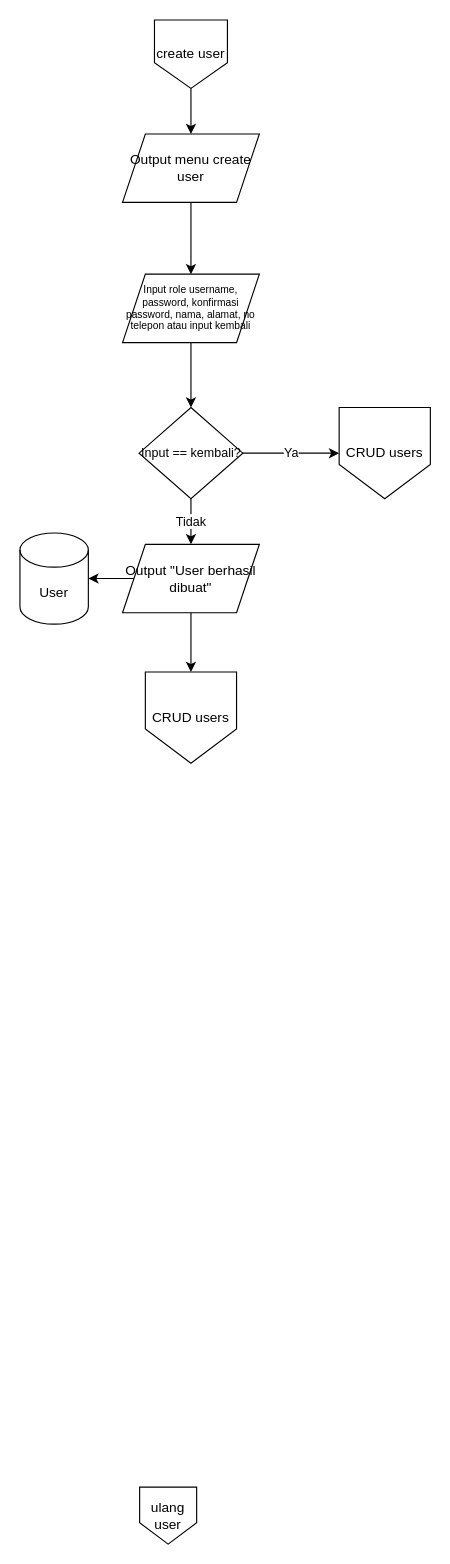
Above: page "create user" (6 of 27) of A2-Eh gimana kalau nama kelompok kita 'kelompok kelompok' aja-Flowchart.drawio.xml in Lynx-thelearner/sppsm (draw.io), before the change. Source tidied: cells renumbered, new cells numbered last; positions are measured from the earlier drawing's top-left corner, leaving out a move shared by most shapes. Both pictures are drawn from the tidied source at 114%, with x=0, y=0 at pixel (19, 19).
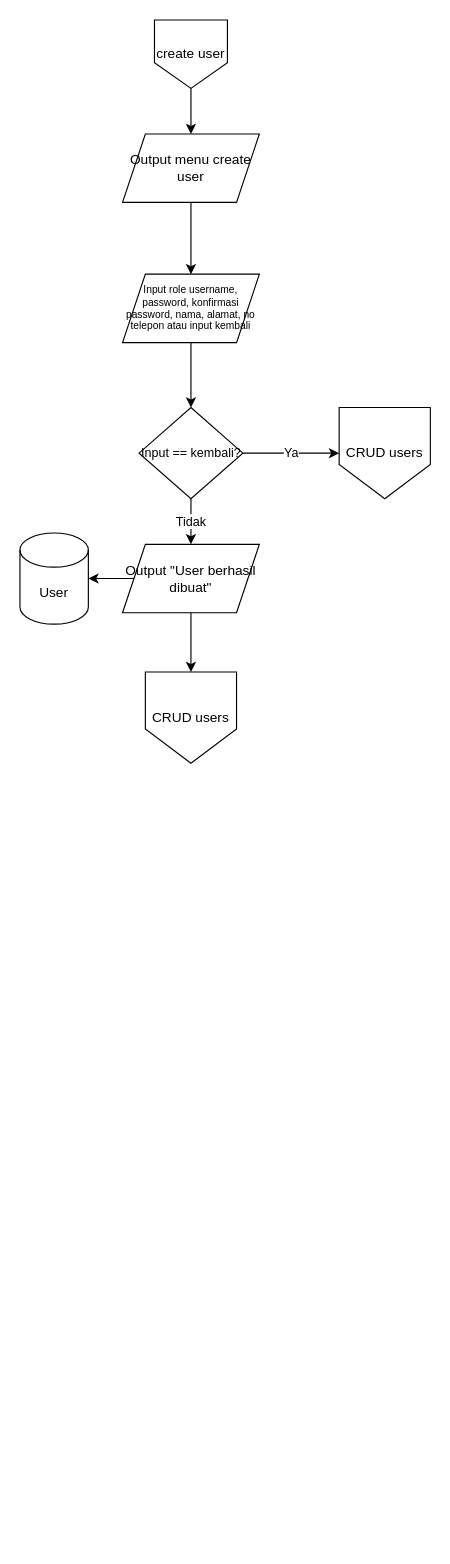
Above is the later version.

The edit, as a diff of the source:
```diff
@@
 <mxGraphModel>
   <root>
     <mxCell id="0" />
     <mxCell id="1" parent="0" />
     <mxCell id="2" style="edgeStyle=orthogonalEdgeStyle;rounded=0;jettySize=auto;html=1;entryX=0.5;entryY=0;entryDx=0;entryDy=0;defaultLabelBackgroundColor=page;labelPadding=0 4;" parent="1" edge="1" source="3" target="13">
       <mxGeometry relative="1" as="geometry" />
     </mxCell>
     <mxCell id="3" value="Input role username, password, konfirmasi password, nama, alamat, no telepon atau input kembali" style="shape=parallelogram;perimeter=parallelogramPerimeter;whiteSpace=wrap;html=1;shapeInside=1;fixedSize=1;autosizeText=1;fontSize=9;" parent="1" vertex="1">
       <mxGeometry x="90" y="223" width="120" height="60" as="geometry" />
     </mxCell>
     <mxCell id="4" value="Output &quot;User berhasil dibuat&quot;" style="shape=parallelogram;perimeter=parallelogramPerimeter;whiteSpace=wrap;html=1;shapeInside=1;fixedSize=1;" parent="1" vertex="1">
       <mxGeometry x="90" y="460" width="120" height="60" as="geometry" />
     </mxCell>
     <mxCell id="5" style="edgeStyle=orthogonalEdgeStyle;rounded=0;jettySize=auto;html=1;defaultLabelBackgroundColor=page;" parent="1" edge="1" source="6" target="3">
       <mxGeometry relative="1" as="geometry" />
     </mxCell>
     <mxCell id="6" value="Output menu create user" style="shape=parallelogram;perimeter=parallelogramPerimeter;whiteSpace=wrap;html=1;shapeInside=1;fixedSize=1;autosizeText=1;fontSize=12;" parent="1" vertex="1">
       <mxGeometry x="90" y="100" width="120" height="60" as="geometry" />
     </mxCell>
     <mxCell id="7" style="edgeStyle=orthogonalEdgeStyle;rounded=0;jettySize=auto;html=1;defaultLabelBackgroundColor=page;" parent="1" edge="1" source="8" target="6">
       <mxGeometry relative="1" as="geometry" />
     </mxCell>
     <mxCell id="8" value="create user" style="shape=offPageConnector;whiteSpace=wrap;html=1;" parent="1" vertex="1">
       <mxGeometry x="118" width="64" height="60" as="geometry" />
     </mxCell>
-    <mxCell id="9" value="ulang user" style="shape=offPageConnector;whiteSpace=wrap;html=1;" parent="1" vertex="1">
-      <mxGeometry x="105" y="1287" width="50" height="50" as="geometry" />
-    </mxCell>
     <mxCell id="10" style="endArrow=classic;html=1;rounded=0;defaultLabelBackgroundColor=page;labelPadding=0 4;exitX=0;exitY=0.5;exitDx=0;exitDy=0;" parent="1" edge="1" source="4" target="11">
       <mxGeometry relative="1" as="geometry" />
     </mxCell>
     <mxCell id="11" value="User" style="shape=cylinder3;whiteSpace=wrap;html=1;boundedLbl=1;backgroundOutline=1;size=15;" parent="1" vertex="1">
       <mxGeometry y="450" width="60" height="80" as="geometry" />
     </mxCell>
     <mxCell id="12" value="Tidak" style="edgeStyle=orthogonalEdgeStyle;rounded=0;jettySize=auto;html=1;entryX=0.5;entryY=0;entryDx=0;entryDy=0;defaultLabelBackgroundColor=page;labelPadding=0 4;" parent="1" edge="1" source="13" target="4">
       <mxGeometry relative="1" as="geometry" />
     </mxCell>
     <mxCell id="13" value="Input == kembali?" style="rhombus;whiteSpace=wrap;html=1;shapeInside=1;autosizeText=1;fontSize=11;" parent="1" vertex="1">
       <mxGeometry x="104.5" y="340" width="91" height="80" as="geometry" />
     </mxCell>
     <mxCell id="14" value="CRUD users" style="shape=offPageConnector;whiteSpace=wrap;html=1;" parent="1" vertex="1">
       <mxGeometry x="280" y="340" width="80" height="80" as="geometry" />
     </mxCell>
     <mxCell id="15" value="Ya" style="edgeStyle=orthogonalEdgeStyle;rounded=0;jettySize=auto;html=1;entryX=0;entryY=0.5;entryDx=0;entryDy=0;entryPerimeter=0;defaultLabelBackgroundColor=page;labelPadding=0 4;" parent="1" edge="1" source="13" target="14">
       <mxGeometry relative="1" as="geometry" />
     </mxCell>
     <mxCell id="16" value="CRUD users" style="shape=offPageConnector;whiteSpace=wrap;html=1;" parent="1" vertex="1">
       <mxGeometry x="110" y="572" width="80" height="80" as="geometry" />
     </mxCell>
     <mxCell id="17" style="edgeStyle=orthogonalEdgeStyle;rounded=0;jettySize=auto;html=1;entryX=0.5;entryY=0;entryDx=0;entryDy=0;entryPerimeter=0;defaultLabelBackgroundColor=page;labelPadding=0 4;" parent="1" edge="1" source="4" target="16">
       <mxGeometry relative="1" as="geometry" />
     </mxCell>
   </root>
 </mxGraphModel>
```
